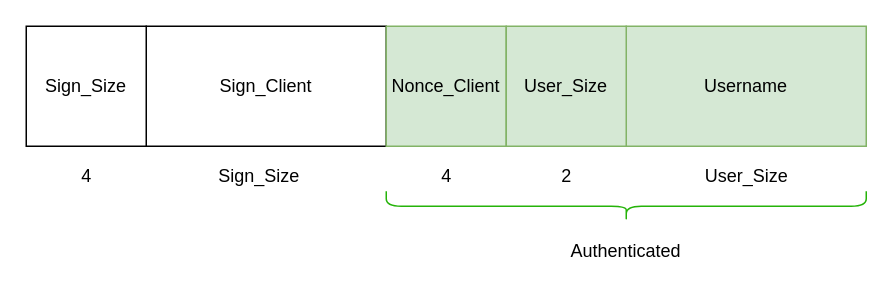
Earlier version of the draw.io diagram Documentation/DrawIo/1.0.drawio (matildao-pane/Secure-online-messaging-service). Source tidied: cells renumbered, new cells numbered last; positions are measured from the earlier drawing's top-left corner, leaving out a move shared by most shapes. Both pictures are drawn from the tidied source at 150%, with x=0, y=0 at pixel (26, -34).
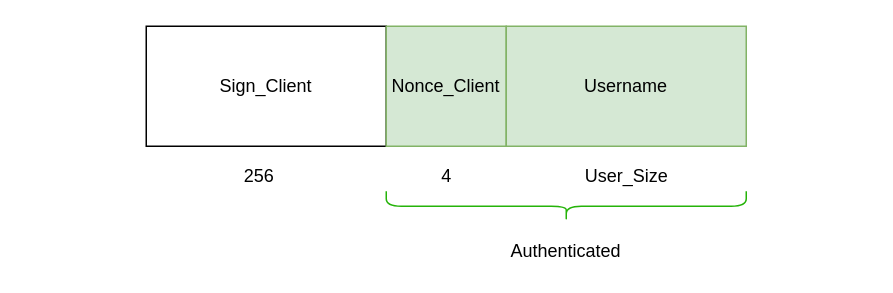
The same diagram, later.

The edit, as a diff of the source:
```diff
@@
 <mxGraphModel>
   <root>
     <mxCell id="0" />
     <mxCell id="1" parent="0" />
     <mxCell id="2" value="Sign_Client" style="rounded=0;whiteSpace=wrap;html=1;" parent="1" vertex="1">
       <mxGeometry x="80" y="40" width="160" height="80" as="geometry" />
     </mxCell>
     <mxCell id="3" value="Nonce_Client" style="rounded=0;whiteSpace=wrap;html=1;fillColor=#d5e8d4;strokeColor=#82b366;" parent="1" vertex="1">
       <mxGeometry x="240" y="40" width="80" height="80" as="geometry" />
     </mxCell>
     <mxCell id="4" value="Username" style="rounded=0;whiteSpace=wrap;html=1;fillColor=#d5e8d4;strokeColor=#82b366;" parent="1" vertex="1">
-      <mxGeometry x="400" y="40" width="160" height="80" as="geometry" />
+      <mxGeometry x="320" y="40" width="160" height="80" as="geometry" />
     </mxCell>
-    <mxCell id="5" value="Sign_Size" style="text;html=1;align=center;verticalAlign=middle;strokeColor=none;" parent="1" vertex="1">
-      <mxGeometry x="120" y="130" width="70" height="20" as="geometry" />
+    <mxCell id="5" value="256" style="text;html=1;align=center;verticalAlign=middle;strokeColor=none;" parent="1" vertex="1">
+      <mxGeometry x="135" y="130" width="40" height="20" as="geometry" />
     </mxCell>
     <mxCell id="6" value="4" style="text;html=1;align=center;verticalAlign=middle;strokeColor=none;" parent="1" vertex="1">
       <mxGeometry x="270" y="130" width="20" height="20" as="geometry" />
     </mxCell>
     <mxCell id="7" value="User_Size" style="text;html=1;align=center;verticalAlign=middle;strokeColor=none;" parent="1" vertex="1">
-      <mxGeometry x="445" y="130" width="70" height="20" as="geometry" />
+      <mxGeometry x="365" y="130" width="70" height="20" as="geometry" />
     </mxCell>
     <mxCell id="8" style="shape=curlyBracket;whiteSpace=wrap;html=1;rounded=1;flipH=1;rotation=90;fillColor=none;strokeColor=#25B309;" parent="1" vertex="1">
-      <mxGeometry x="390" width="20" height="320" as="geometry" />
+      <mxGeometry x="350" y="40" width="20" height="240" as="geometry" />
     </mxCell>
     <mxCell id="9" value="Authenticated" style="text;html=1;strokeColor=none;fillColor=none;align=center;verticalAlign=middle;whiteSpace=wrap;rounded=0;" parent="1" vertex="1">
-      <mxGeometry x="380" y="180" width="40" height="20" as="geometry" />
+      <mxGeometry x="340" y="180" width="40" height="20" as="geometry" />
     </mxCell>
-    <mxCell id="10" value="User_Size" style="rounded=0;whiteSpace=wrap;html=1;fillColor=#d5e8d4;strokeColor=#82b366;" parent="1" vertex="1">
-      <mxGeometry x="320" y="40" width="80" height="80" as="geometry" />
-    </mxCell>
-    <mxCell id="11" value="2" style="text;html=1;align=center;verticalAlign=middle;strokeColor=none;" parent="1" vertex="1">
-      <mxGeometry x="350" y="130" width="20" height="20" as="geometry" />
-    </mxCell>
-    <mxCell id="12" value="Sign_Size" style="rounded=0;whiteSpace=wrap;html=1;" parent="1" vertex="1">
-      <mxGeometry y="40" width="80" height="80" as="geometry" />
-    </mxCell>
-    <mxCell id="13" value="4" style="text;html=1;align=center;verticalAlign=middle;strokeColor=none;" parent="1" vertex="1">
-      <mxGeometry x="30" y="130" width="20" height="20" as="geometry" />
-    </mxCell>
   </root>
 </mxGraphModel>
```
